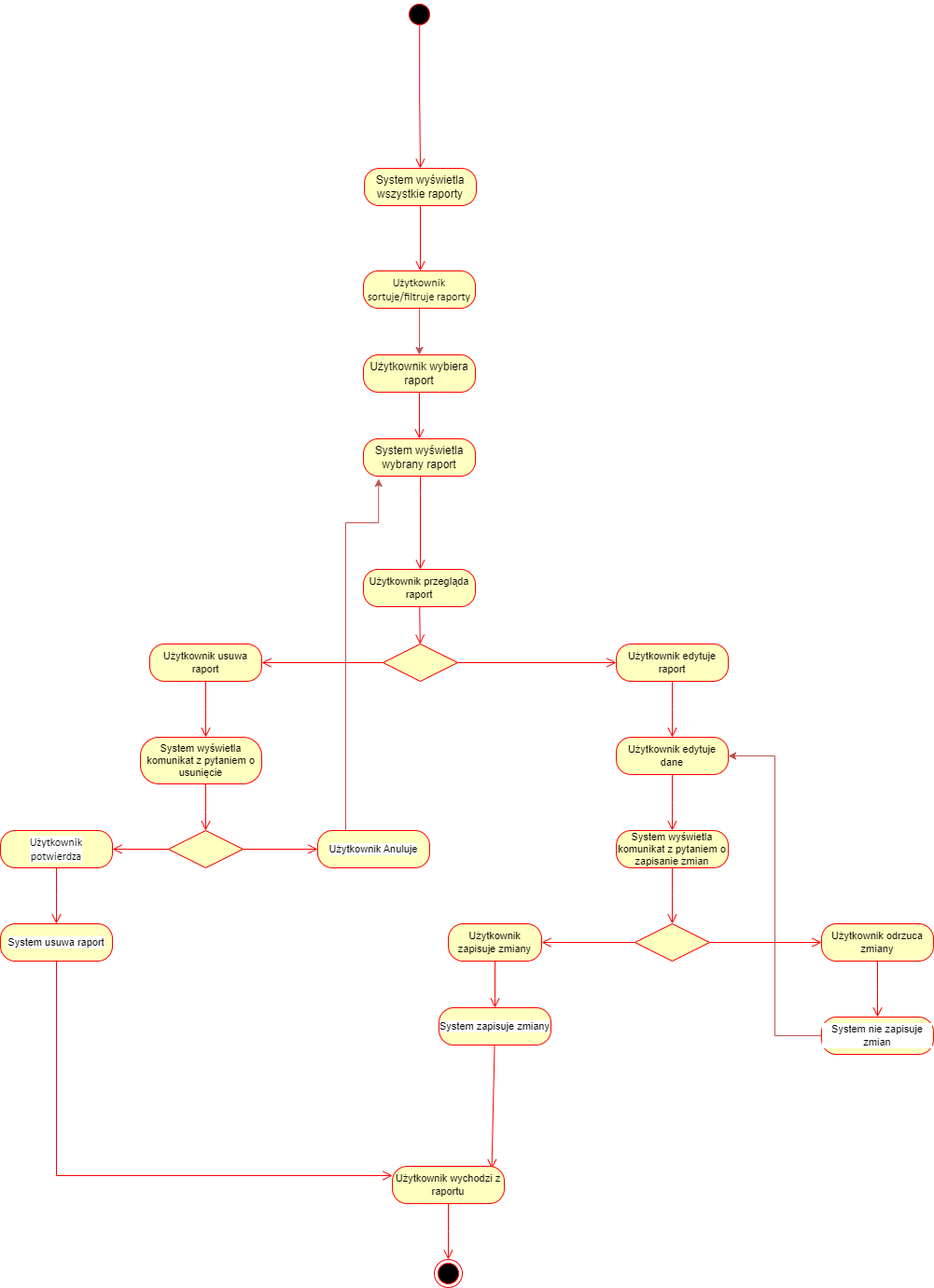
The draw.io diagram Diagramy/DiagramCzynnosciZarzadzanieRaportem.drawio.png in Karczykowski/Psi, before a commit. Source tidied: cells renumbered, new cells last; positions are measured from the earlier drawing's top-left corner, leaving out a move shared by most shapes.
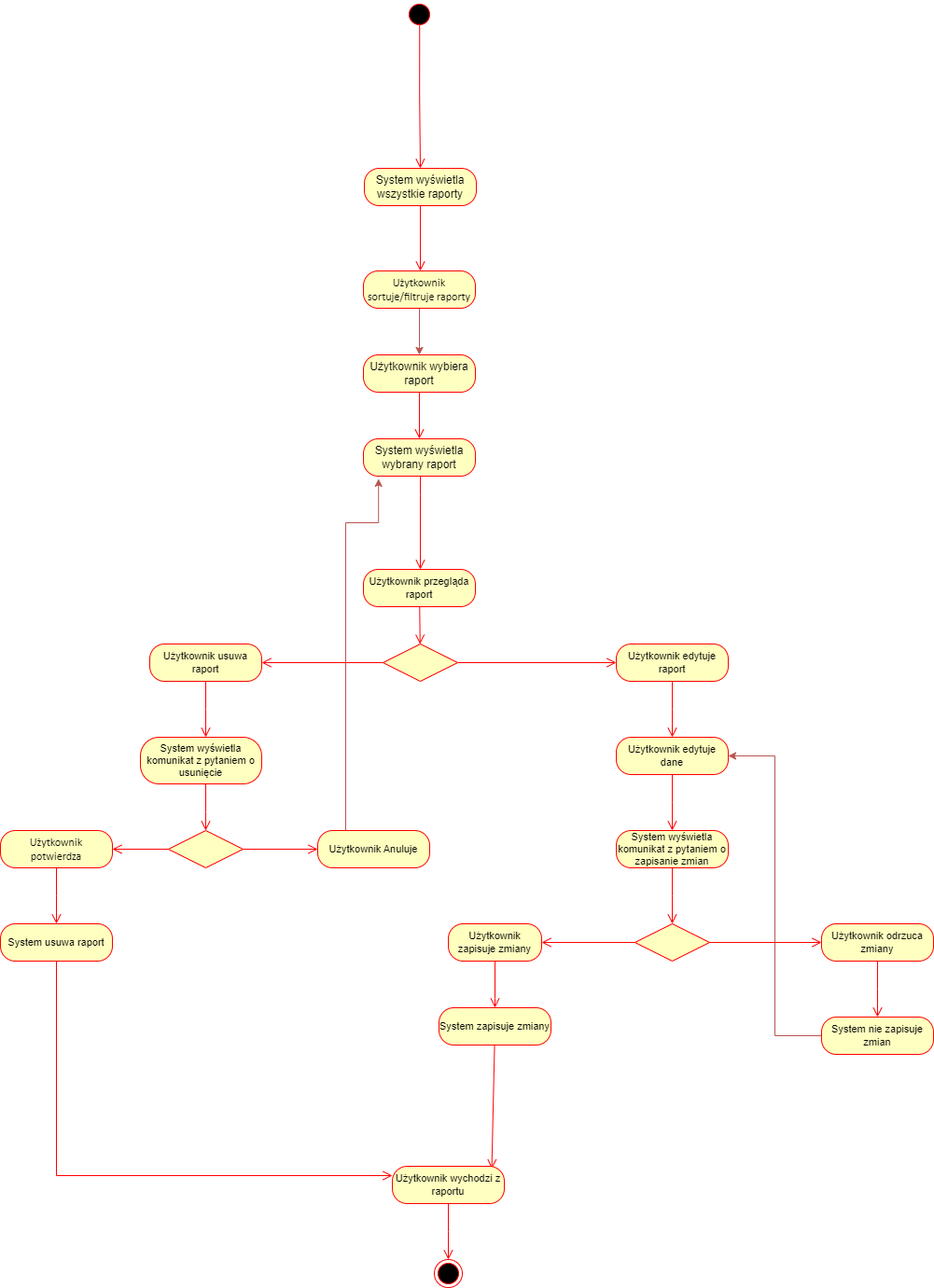
The same diagram one commit later.

The edit, as a diff of the source:
```diff
@@ -103,10 +103,10 @@
     <mxCell id="24" style="rhombus;whiteSpace=wrap;html=1;fontColor=#000000;fillColor=#ffffc0;strokeColor=#ff0000;fontFamily=Helvetica;fontSize=11;labelBackgroundColor=default;" parent="1" vertex="1">
       <mxGeometry x="180" y="890" width="80" height="40" as="geometry" />
     </mxCell>
-    <mxCell id="25" value="Użytkownik Anuluje" style="rounded=1;whiteSpace=wrap;html=1;arcSize=40;fontColor=#000000;fillColor=#ffffc0;strokeColor=#ff0000;fontFamily=Helvetica;fontSize=11;labelBackgroundColor=default;" parent="1" vertex="1">
+    <mxCell id="25" value="Użytkownik Anuluje" style="rounded=1;whiteSpace=wrap;html=1;arcSize=40;fontColor=#000000;fillColor=#ffffc0;strokeColor=#ff0000;fontFamily=Helvetica;fontSize=11;labelBackgroundColor=none;" parent="1" vertex="1">
       <mxGeometry x="340" y="890" width="120" height="40" as="geometry" />
     </mxCell>
-    <mxCell id="26" value="&lt;span style=&quot;font-size: 12px;&quot; class=&quot;ui-provider&quot;&gt;&lt;span style=&quot;font-family: Calibri, sans-serif;&quot;&gt;Użytkownik&lt;br&gt;potwierdza&lt;/span&gt;&lt;/span&gt;" style="rounded=1;whiteSpace=wrap;html=1;arcSize=40;fontColor=#000000;fillColor=#ffffc0;strokeColor=#ff0000;fontFamily=Helvetica;fontSize=11;labelBackgroundColor=default;" parent="1" vertex="1">
+    <mxCell id="26" value="&lt;span class=&quot;ui-provider&quot; style=&quot;font-size: 12px;&quot;&gt;&lt;span style=&quot;font-family: Calibri, sans-serif;&quot;&gt;Użytkownik&lt;br&gt;potwierdza&lt;/span&gt;&lt;/span&gt;" style="rounded=1;whiteSpace=wrap;html=1;arcSize=40;fontColor=#000000;fillColor=#ffffc0;strokeColor=#ff0000;fontFamily=Helvetica;fontSize=11;labelBackgroundColor=none;" parent="1" vertex="1">
       <mxGeometry y="890" width="120" height="40" as="geometry" />
     </mxCell>
     <mxCell id="27" style="edgeStyle=orthogonalEdgeStyle;html=1;verticalAlign=bottom;endArrow=open;endSize=8;strokeColor=#ff0000;rounded=0;align=center;fontFamily=Helvetica;fontSize=11;fontColor=default;labelBackgroundColor=default;" parent="1" edge="1" source="26">
@@ -114,7 +114,7 @@
         <mxPoint x="60" y="990" as="targetPoint" />
       </mxGeometry>
     </mxCell>
-    <mxCell id="28" value="System usuwa raport" style="rounded=1;whiteSpace=wrap;html=1;arcSize=40;fontColor=#000000;fillColor=#ffffc0;strokeColor=#ff0000;fontFamily=Helvetica;fontSize=11;labelBackgroundColor=default;" parent="1" vertex="1">
+    <mxCell id="28" value="System usuwa raport" style="rounded=1;whiteSpace=wrap;html=1;arcSize=40;fontColor=#000000;fillColor=#ffffc0;strokeColor=#ff0000;fontFamily=Helvetica;fontSize=11;labelBackgroundColor=none;" parent="1" vertex="1">
       <mxGeometry y="990" width="120" height="40" as="geometry" />
     </mxCell>
     <mxCell id="29" style="edgeStyle=orthogonalEdgeStyle;html=1;verticalAlign=bottom;endArrow=open;endSize=8;strokeColor=#ff0000;rounded=0;align=center;fontFamily=Helvetica;fontSize=11;fontColor=default;labelBackgroundColor=default;entryX=0;entryY=0.25;entryDx=0;entryDy=0;" parent="1" edge="1" source="28" target="45">
@@ -175,13 +175,13 @@
     <mxCell id="41" style="edgeStyle=none;rounded=0;jettySize=auto;html=1;strokeColor=#ff0000;align=center;verticalAlign=bottom;fontFamily=Helvetica;fontSize=11;fontColor=default;labelBackgroundColor=default;endArrow=open;endSize=8;entryX=0.888;entryY=0.065;entryDx=0;entryDy=0;entryPerimeter=0;" parent="1" edge="1" source="42" target="45">
       <mxGeometry relative="1" as="geometry" />
     </mxCell>
-    <mxCell id="42" value="System zapisuje zmiany" style="rounded=1;whiteSpace=wrap;html=1;arcSize=40;fontColor=#000000;fillColor=#ffffc0;strokeColor=#ff0000;fontFamily=Helvetica;fontSize=11;labelBackgroundColor=default;" parent="1" vertex="1">
+    <mxCell id="42" value="System zapisuje zmiany" style="rounded=1;whiteSpace=wrap;html=1;arcSize=40;fontColor=#000000;fillColor=#ffffc0;strokeColor=#ff0000;fontFamily=Helvetica;fontSize=11;labelBackgroundColor=none;" parent="1" vertex="1">
       <mxGeometry x="470" y="1080" width="120" height="40" as="geometry" />
     </mxCell>
     <mxCell id="43" style="edgeStyle=orthogonalEdgeStyle;rounded=0;jettySize=auto;html=1;entryX=1;entryY=0.5;entryDx=0;entryDy=0;fillColor=#f8cecc;strokeColor=#b85450;" parent="1" edge="1" source="44" target="30">
       <mxGeometry relative="1" as="geometry" />
     </mxCell>
-    <mxCell id="44" value="System nie zapisuje zmian" style="rounded=1;whiteSpace=wrap;html=1;arcSize=40;fontColor=#000000;fillColor=#ffffc0;strokeColor=#ff0000;fontFamily=Helvetica;fontSize=11;labelBackgroundColor=default;" parent="1" vertex="1">
+    <mxCell id="44" value="System nie zapisuje zmian" style="rounded=1;whiteSpace=wrap;html=1;arcSize=40;fontColor=#000000;fillColor=#ffffc0;strokeColor=#ff0000;fontFamily=Helvetica;fontSize=11;labelBackgroundColor=none;" parent="1" vertex="1">
       <mxGeometry x="880" y="1090" width="120" height="40" as="geometry" />
     </mxCell>
     <mxCell id="45" value="Użytkownik wychodzi z raportu" style="rounded=1;whiteSpace=wrap;html=1;arcSize=40;fontColor=#000000;fillColor=#ffffc0;strokeColor=#ff0000;fontFamily=Helvetica;fontSize=11;labelBackgroundColor=none;" parent="1" vertex="1">
```
